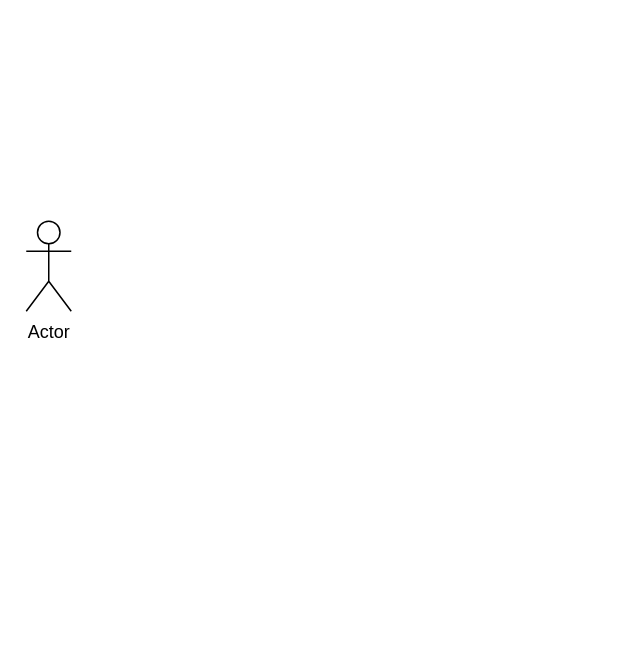
This is animation.drawio from 2innnnn0/all_about_data, a draw.io file, before an edit. Source tidied: cells renumbered, new cells numbered last; positions are measured from the earlier drawing's top-left corner, leaving out a move shared by most shapes. Both pictures are drawn from the tidied source at 150%, with x=0, y=0 at pixel (26, 220).
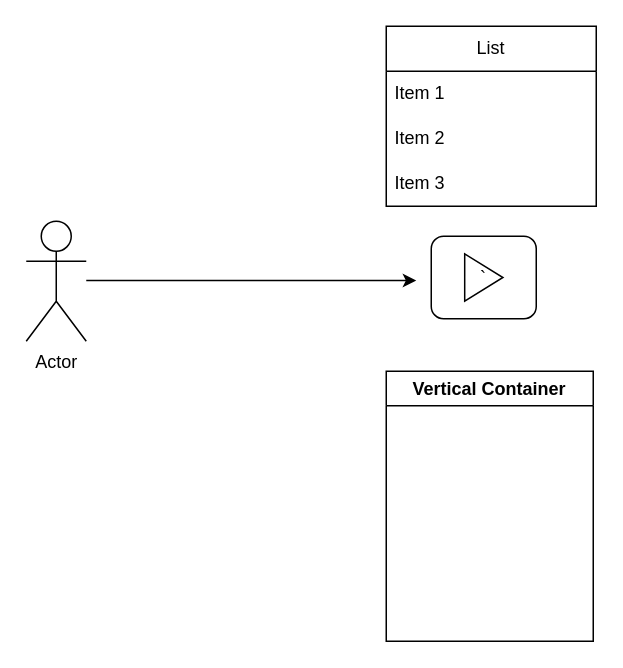
The same page after the edit.

Diff of the diagram source:
```diff
@@
 <mxGraphModel>
   <root>
     <mxCell id="0" />
     <mxCell id="1" parent="0" />
     <mxCell id="2" value="Actor" style="shape=umlActor;verticalLabelPosition=bottom;verticalAlign=top;html=1;" parent="1" vertex="1">
-      <mxGeometry width="30" height="60" as="geometry" />
+      <mxGeometry width="40" height="80" as="geometry" />
     </mxCell>
+    <mxCell id="3" style="endArrow=classic;html=1;rounded=0;flowAnimation=1;" parent="1" edge="1">
+      <mxGeometry relative="1" as="geometry">
+        <mxPoint x="40" y="39.5" as="sourcePoint" />
+        <mxPoint x="260" y="39.5" as="targetPoint" />
+      </mxGeometry>
+    </mxCell>
+    <mxCell id="4" style="group;" parent="1" vertex="1">
+      <mxGeometry x="270" y="10" width="70" height="55" as="geometry" />
+    </mxCell>
+    <mxCell id="5" style="rounded=1;whiteSpace=wrap;html=1;" parent="4" vertex="1">
+      <mxGeometry width="70" height="55" as="geometry" />
+    </mxCell>
+    <mxCell id="6" value="`" style="triangle;whiteSpace=wrap;html=1;" parent="4" vertex="1">
+      <mxGeometry x="22.3" y="11.8" width="25.5" height="31.4" as="geometry" />
+    </mxCell>
+    <mxCell id="7" value="Vertical Container" style="swimlane;whiteSpace=wrap;html=1;" parent="1" vertex="1">
+      <mxGeometry x="240" y="100" width="138" height="180" as="geometry" />
+    </mxCell>
+    <mxCell id="8" value="List" style="swimlane;fontStyle=0;horizontal=1;startSize=30;whiteSpace=wrap;html=1;" parent="1" vertex="1">
+      <mxGeometry x="240" y="-130" width="140" height="120" as="geometry" />
+    </mxCell>
+    <mxCell id="9" value="Item 1" style="text;strokeColor=none;fillColor=none;align=left;verticalAlign=middle;spacingLeft=4;spacingRight=4;overflow=hidden;whiteSpace=wrap;html=1;" parent="8" vertex="1">
+      <mxGeometry y="30" width="140" height="30" as="geometry" />
+    </mxCell>
+    <mxCell id="10" value="Item 2" style="text;strokeColor=none;fillColor=none;align=left;verticalAlign=middle;spacingLeft=4;spacingRight=4;overflow=hidden;whiteSpace=wrap;html=1;" parent="8" vertex="1">
+      <mxGeometry y="60" width="140" height="30" as="geometry" />
+    </mxCell>
+    <mxCell id="11" value="Item 3" style="text;strokeColor=none;fillColor=none;align=left;verticalAlign=middle;spacingLeft=4;spacingRight=4;overflow=hidden;whiteSpace=wrap;html=1;" parent="8" vertex="1">
+      <mxGeometry y="90" width="140" height="30" as="geometry" />
+    </mxCell>
   </root>
 </mxGraphModel>
```
